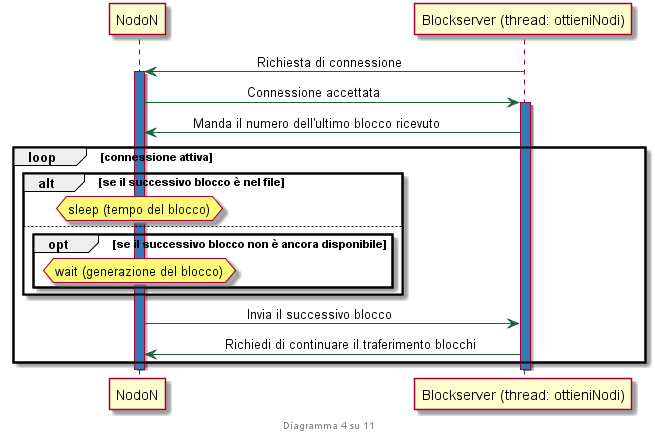
This is SequenceDiagram/schema4.png from antdimarino/Computer-Networks-BlockChain, a PlantUML export, as it was before one commit. Its diagram source:
```plantuml
@startuml
skinparam sequence {
	ArrowColor #186336
}
footer Diagramma 4 su 11
NodoN <- "Blockserver (thread: ottieniNodi)": \t\t\tRichiesta di connessione \t
activate NodoN #337ab7
NodoN -> "Blockserver (thread: ottieniNodi)": \t\t\tConnessione accettata \t
activate "Blockserver (thread: ottieniNodi)" #337ab7
NodoN <- "Blockserver (thread: ottieniNodi)": \tManda il numero dell'ultimo blocco ricevuto \t
loop connessione attiva
		alt se il successivo blocco è nel file
		hnote over NodoN: sleep (tempo del blocco)
		else
			opt se il successivo blocco non è ancora disponibile
			hnote over NodoN: wait (generazione del blocco)

			end
		end
	        NodoN -> "Blockserver (thread: ottieniNodi)" : \t\t\tInvia il successivo blocco
		NodoN <- "Blockserver (thread: ottieniNodi)" : \t\tRichiedi di continuare il traferimento blocchi\t\t
	    end

deactivate "Blockserver (thread: ottieniNodi)"
deactivate NodoN
@enduml
```
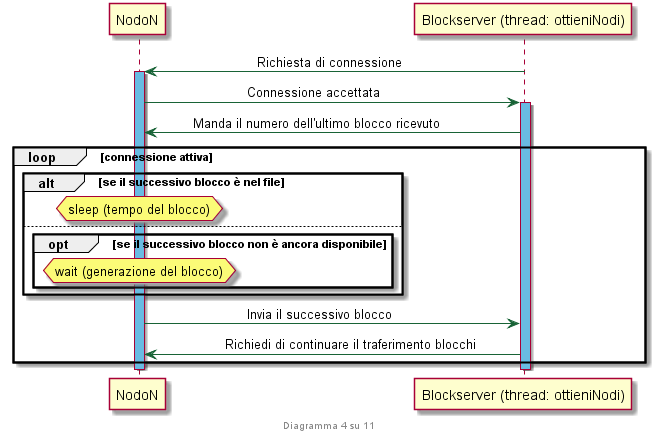
After the change.

Diff of the diagram source:
```diff
@@ -4,9 +4,9 @@
 }
 footer Diagramma 4 su 11
 NodoN <- "Blockserver (thread: ottieniNodi)": \t\t\tRichiesta di connessione \t
-activate NodoN #337ab7
+activate NodoN #69bbe2
 NodoN -> "Blockserver (thread: ottieniNodi)": \t\t\tConnessione accettata \t
-activate "Blockserver (thread: ottieniNodi)" #337ab7
+activate "Blockserver (thread: ottieniNodi)" #69bbe2
 NodoN <- "Blockserver (thread: ottieniNodi)": \tManda il numero dell'ultimo blocco ricevuto \t
 loop connessione attiva
 		alt se il successivo blocco è nel file
```
